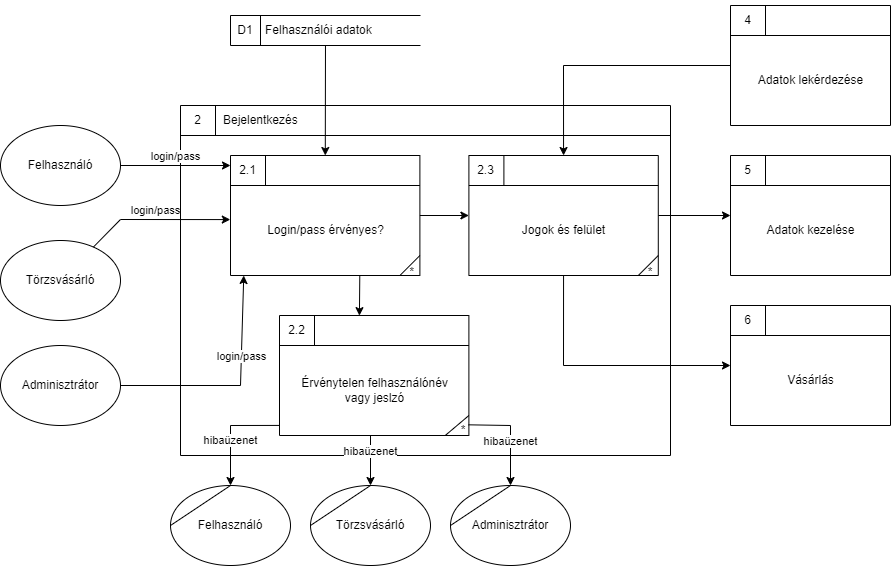
Before: docs/dfd/dfd_layer_2_sign_in/dfd_layer_2_sign_in.png, a diagram exported from draw.io (a-bakk/bookstore-oracle). Source tidied: cells renumbered, new cells last; positions are measured from the earlier drawing's top-left corner, leaving out a move shared by most shapes.
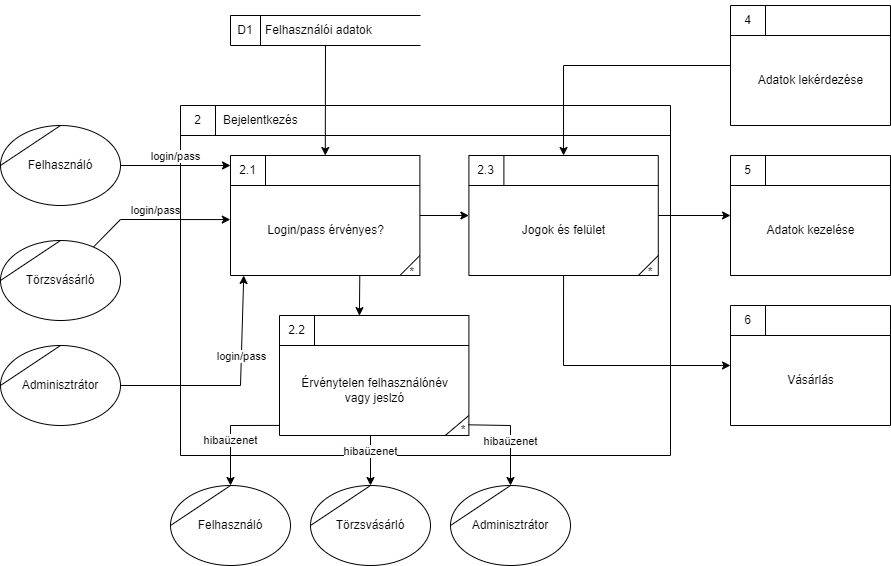
The same file after the commit.

Diff of the diagram source:
```diff
@@ -55,15 +55,6 @@
     <mxCell id="17" style="endArrow=classic;html=1;rounded=0;" parent="2" edge="1" source="5" target="14">
       <mxGeometry relative="1" as="geometry" />
     </mxCell>
-    <mxCell id="18" value="Felhasználó" style="ellipse;whiteSpace=wrap;html=1;" parent="1" vertex="1">
-      <mxGeometry y="125" width="120" height="80" as="geometry" />
-    </mxCell>
-    <mxCell id="19" value="Törzsvásárló" style="ellipse;whiteSpace=wrap;html=1;" parent="1" vertex="1">
-      <mxGeometry y="240" width="120" height="80" as="geometry" />
-    </mxCell>
-    <mxCell id="20" value="Adminisztrátor" style="ellipse;whiteSpace=wrap;html=1;" parent="1" vertex="1">
-      <mxGeometry y="345" width="120" height="80" as="geometry" />
-    </mxCell>
     <mxCell id="21" value="login/pass" style="endArrow=classic;html=1;rounded=0;verticalAlign=bottom;" parent="1" edge="1" source="18">
       <mxGeometry relative="1" as="geometry">
         <mxPoint x="230" y="165" as="targetPoint" />
@@ -168,5 +159,41 @@
         </Array>
       </mxGeometry>
     </mxCell>
+    <mxCell id="45" style="group;" parent="1" vertex="1">
+      <mxGeometry y="125" width="120" height="80" as="geometry" />
+    </mxCell>
+    <mxCell id="18" value="Felhasználó" style="ellipse;whiteSpace=wrap;html=1;" parent="45" vertex="1">
+      <mxGeometry width="120" height="80" as="geometry" />
+    </mxCell>
+    <mxCell id="46" style="endArrow=none;html=1;rounded=0;exitX=0;exitY=0.5;exitDx=0;exitDy=0;entryX=0.5;entryY=0;entryDx=0;entryDy=0;" parent="45" edge="1">
+      <mxGeometry relative="1" as="geometry">
+        <mxPoint y="40" as="sourcePoint" />
+        <mxPoint x="60" as="targetPoint" />
+      </mxGeometry>
+    </mxCell>
+    <mxCell id="47" style="group;" parent="1" vertex="1">
+      <mxGeometry y="240" width="120" height="80" as="geometry" />
+    </mxCell>
+    <mxCell id="19" value="Törzsvásárló" style="ellipse;whiteSpace=wrap;html=1;" parent="47" vertex="1">
+      <mxGeometry width="120" height="80" as="geometry" />
+    </mxCell>
+    <mxCell id="48" style="endArrow=none;html=1;rounded=0;exitX=0;exitY=0.5;exitDx=0;exitDy=0;entryX=0.5;entryY=0;entryDx=0;entryDy=0;" parent="47" edge="1">
+      <mxGeometry relative="1" as="geometry">
+        <mxPoint y="40" as="sourcePoint" />
+        <mxPoint x="60" as="targetPoint" />
+      </mxGeometry>
+    </mxCell>
+    <mxCell id="49" style="group;" parent="1" vertex="1">
+      <mxGeometry y="345" width="120" height="80" as="geometry" />
+    </mxCell>
+    <mxCell id="20" value="Adminisztrátor" style="ellipse;whiteSpace=wrap;html=1;" parent="49" vertex="1">
+      <mxGeometry width="120" height="80" as="geometry" />
+    </mxCell>
+    <mxCell id="50" style="endArrow=none;html=1;rounded=0;exitX=0;exitY=0.5;exitDx=0;exitDy=0;entryX=0.5;entryY=0;entryDx=0;entryDy=0;" parent="49" edge="1">
+      <mxGeometry relative="1" as="geometry">
+        <mxPoint y="40" as="sourcePoint" />
+        <mxPoint x="60" as="targetPoint" />
+      </mxGeometry>
+    </mxCell>
   </root>
 </mxGraphModel>
```
